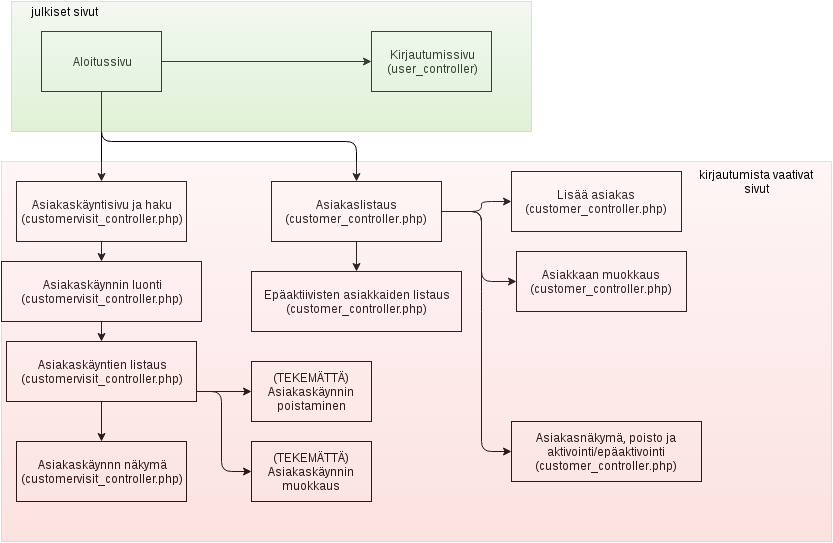
This is doc/doc_markdown/pictures/komponentit.png from anttihaap/Tsoha-Bootstrap, a draw.io export, as it was before one commit. Source tidied: cells renumbered, new cells last; positions are measured from the earlier drawing's top-left corner, leaving out a move shared by most shapes. Its diagram source:
```xml
<mxGraphModel background="#ffffff">
  <root>
    <mxCell id="0" />
    <mxCell id="1" parent="0" />
    <mxCell id="2" value="Kirjautumissivu&lt;div&gt;(user_controller)&lt;/div&gt;" style="whiteSpace=wrap;html=1;" parent="1" vertex="1">
      <mxGeometry x="370" y="30" width="120" height="60" as="geometry" />
    </mxCell>
    <mxCell id="3" value="Aloitussivu" style="whiteSpace=wrap;html=1;" parent="1" vertex="1">
      <mxGeometry x="40" y="30" width="120" height="60" as="geometry" />
    </mxCell>
    <mxCell id="4" style="endArrow=classic;html=1;entryX=0;entryY=0.5;exitX=1;exitY=0.5;" parent="1" edge="1" source="3" target="2">
      <mxGeometry relative="1" as="geometry" />
    </mxCell>
    <mxCell id="5" value="Asiakaslistaus&lt;div&gt;(customer_controller.php)&lt;/div&gt;" style="whiteSpace=wrap;html=1;" parent="1" vertex="1">
      <mxGeometry x="270" y="180" width="170" height="60" as="geometry" />
    </mxCell>
    <mxCell id="6" value="Lisää asiakas&lt;div&gt;(customer_controller.php)&lt;/div&gt;" style="whiteSpace=wrap;html=1;" parent="1" vertex="1">
      <mxGeometry x="510" y="170" width="170" height="60" as="geometry" />
    </mxCell>
    <mxCell id="7" style="endArrow=classic;html=1;entryX=0;entryY=0.5;exitX=1;exitY=0.5;" parent="1" edge="1" source="5" target="6">
      <mxGeometry relative="1" as="geometry">
        <Array as="points">
          <mxPoint x="480" y="210" />
          <mxPoint x="480" y="200" />
        </Array>
      </mxGeometry>
    </mxCell>
    <mxCell id="8" value="Epäaktiivisten asiakkaiden listaus&lt;div&gt;(customer_controller.php)&lt;/div&gt;" style="whiteSpace=wrap;html=1;" parent="1" vertex="1">
      <mxGeometry x="250" y="270" width="210" height="60" as="geometry" />
    </mxCell>
    <mxCell id="9" style="endArrow=classic;html=1;exitX=0.5;exitY=1;entryX=0.5;entryY=0;" parent="1" edge="1" source="5" target="8">
      <mxGeometry relative="1" as="geometry" />
    </mxCell>
    <mxCell id="10" value="Asiakaskäyntisivu ja haku&lt;div&gt;(customervisit_controller.php)&lt;/div&gt;" style="whiteSpace=wrap;html=1;" parent="1" vertex="1">
      <mxGeometry x="15" y="180" width="170" height="60" as="geometry" />
    </mxCell>
    <mxCell id="11" style="endArrow=classic;html=1;exitX=0.5;exitY=1;entryX=0.5;entryY=0;" parent="1" edge="1" source="3" target="10">
      <mxGeometry relative="1" as="geometry" />
    </mxCell>
    <mxCell id="12" value="Asiakaskäynnin luonti&lt;div&gt;(customervisit_controller.php)&lt;/div&gt;" style="whiteSpace=wrap;html=1;" parent="1" vertex="1">
      <mxGeometry y="260" width="200" height="60" as="geometry" />
    </mxCell>
    <mxCell id="13" value="Asiakasnäkymä, poisto ja aktivointi/epäaktivointi&lt;div&gt;(customer_controller.php)&lt;/div&gt;" style="whiteSpace=wrap;html=1;" parent="1" vertex="1">
      <mxGeometry x="510" y="420" width="190" height="60" as="geometry" />
    </mxCell>
    <mxCell id="14" value="Asiakkaan muokkaus&lt;div&gt;(customer_controller.php)&lt;/div&gt;" style="whiteSpace=wrap;html=1;" parent="1" vertex="1">
      <mxGeometry x="515" y="250" width="170" height="60" as="geometry" />
    </mxCell>
    <mxCell id="15" style="endArrow=classic;html=1;entryX=0;entryY=0.5;exitX=1;exitY=0.5;" parent="1" edge="1" source="5" target="13">
      <mxGeometry relative="1" as="geometry">
        <Array as="points">
          <mxPoint x="480" y="210" />
          <mxPoint x="480" y="300" />
          <mxPoint x="480" y="450" />
        </Array>
      </mxGeometry>
    </mxCell>
    <mxCell id="16" style="endArrow=classic;html=1;entryX=0;entryY=0.5;" parent="1" edge="1" target="14">
      <mxGeometry relative="1" as="geometry">
        <mxPoint x="440" y="210" as="sourcePoint" />
        <Array as="points">
          <mxPoint x="480" y="210" />
          <mxPoint x="480" y="280" />
        </Array>
      </mxGeometry>
    </mxCell>
    <mxCell id="17" value="Asiakaskäyntien listaus&lt;div&gt;(customervisit_controller.php)&lt;/div&gt;" style="whiteSpace=wrap;html=1;" parent="1" vertex="1">
      <mxGeometry x="5" y="340" width="190" height="60" as="geometry" />
    </mxCell>
    <mxCell id="18" style="endArrow=classic;html=1;exitX=0.5;exitY=1;" parent="1" edge="1" source="12">
      <mxGeometry relative="1" as="geometry">
        <mxPoint x="100" y="340" as="targetPoint" />
      </mxGeometry>
    </mxCell>
    <mxCell id="19" value="Asiakaskäynnn näkymä&lt;div&gt;(customervisit_controller.php)&lt;/div&gt;" style="whiteSpace=wrap;html=1;" parent="1" vertex="1">
      <mxGeometry x="15" y="440" width="170" height="60" as="geometry" />
    </mxCell>
    <mxCell id="20" style="endArrow=classic;html=1;entryX=0.5;entryY=0;exitX=0.5;exitY=1;" parent="1" edge="1" source="17" target="19">
      <mxGeometry relative="1" as="geometry" />
    </mxCell>
    <mxCell id="21" value="(TEKEMÄTTÄ)&lt;div&gt;Asiakaskäynnin muokkaus&lt;/div&gt;" style="whiteSpace=wrap;html=1;" parent="1" vertex="1">
      <mxGeometry x="250" y="440" width="120" height="60" as="geometry" />
    </mxCell>
    <mxCell id="22" value="(TEKEMÄTTÄ)&lt;div&gt;Asiakaskäynnin poistaminen&lt;/div&gt;" style="whiteSpace=wrap;html=1;" parent="1" vertex="1">
      <mxGeometry x="250" y="360" width="120" height="60" as="geometry" />
    </mxCell>
    <mxCell id="23" style="endArrow=classic;html=1;entryX=0;entryY=0.5;exitX=1;exitY=0.5;" parent="1" edge="1" target="22">
      <mxGeometry relative="1" as="geometry">
        <mxPoint x="195" y="390" as="sourcePoint" />
      </mxGeometry>
    </mxCell>
    <mxCell id="24" style="endArrow=classic;html=1;entryX=0;entryY=0.5;exitX=1;exitY=0.5;" parent="1" edge="1" target="21">
      <mxGeometry relative="1" as="geometry">
        <mxPoint x="195" y="390" as="sourcePoint" />
        <Array as="points">
          <mxPoint x="220" y="390" />
          <mxPoint x="220" y="470" />
        </Array>
      </mxGeometry>
    </mxCell>
    <mxCell id="25" style="endArrow=classic;html=1;exitX=0.5;exitY=1;" parent="1" edge="1" source="10">
      <mxGeometry relative="1" as="geometry">
        <mxPoint x="100" y="260" as="targetPoint" />
      </mxGeometry>
    </mxCell>
    <mxCell id="26" style="endArrow=classic;html=1;exitX=0.5;exitY=1;entryX=0.5;entryY=0;" parent="1" edge="1" source="3" target="5">
      <mxGeometry relative="1" as="geometry">
        <Array as="points">
          <mxPoint x="100" y="140" />
          <mxPoint x="355" y="140" />
        </Array>
      </mxGeometry>
    </mxCell>
    <mxCell id="27" value="&lt;blockquote style=&quot;margin: 0 0 0 40px ; border: none ; padding: 0px&quot;&gt;&lt;div style=&quot;text-align: left&quot;&gt;&lt;div style=&quot;text-align: left&quot;&gt;&lt;br&gt;&lt;/div&gt;&lt;/div&gt;&lt;/blockquote&gt;" style="whiteSpace=wrap;html=1;opacity=30;plain-green;" parent="1" vertex="1">
      <mxGeometry x="10" width="520" height="130" as="geometry" />
    </mxCell>
    <mxCell id="28" style="whiteSpace=wrap;html=1;opacity=20;plain-red;" parent="1" vertex="1">
      <mxGeometry y="160" width="830" height="380" as="geometry" />
    </mxCell>
    <mxCell id="29" value="julkiset sivut" style="text;html=1;strokeColor=none;fillColor=none;align=center;verticalAlign=middle;whiteSpace=wrap;" parent="1" vertex="1">
      <mxGeometry x="15" width="95" height="20" as="geometry" />
    </mxCell>
    <mxCell id="30" value="kirjautumista vaativat sivut" style="text;html=1;strokeColor=none;fillColor=none;align=center;verticalAlign=middle;whiteSpace=wrap;" parent="1" vertex="1">
      <mxGeometry x="690" y="170" width="130" height="20" as="geometry" />
    </mxCell>
  </root>
</mxGraphModel>
```
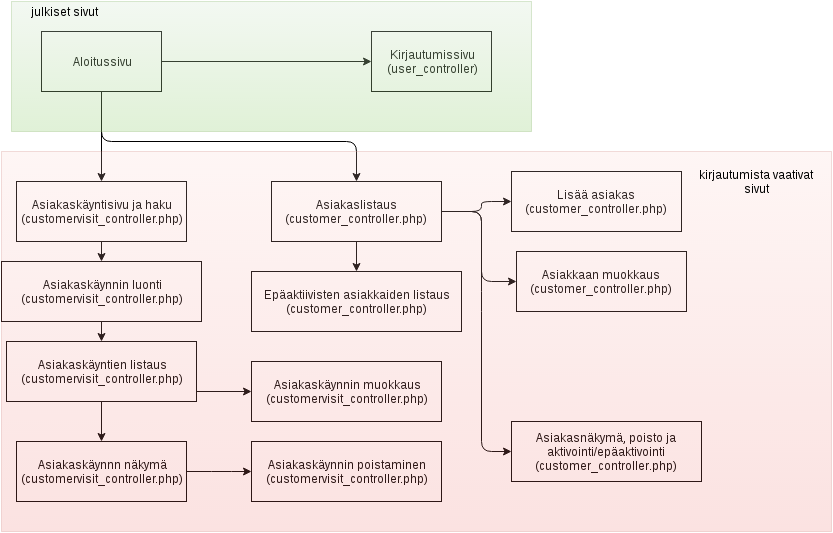
After the commit.

The edit, as a diff of the source:
```diff
@@ -78,22 +78,20 @@
     <mxCell id="20" style="endArrow=classic;html=1;entryX=0.5;entryY=0;exitX=0.5;exitY=1;" parent="1" edge="1" source="17" target="19">
       <mxGeometry relative="1" as="geometry" />
     </mxCell>
-    <mxCell id="21" value="(TEKEMÄTTÄ)&lt;div&gt;Asiakaskäynnin muokkaus&lt;/div&gt;" style="whiteSpace=wrap;html=1;" parent="1" vertex="1">
-      <mxGeometry x="250" y="440" width="120" height="60" as="geometry" />
+    <mxCell id="21" value="&lt;div&gt;Asiakaskäynnin poistaminen&lt;/div&gt;&lt;div&gt;(customervisit_controller.php)&lt;/div&gt;" style="whiteSpace=wrap;html=1;" parent="1" vertex="1">
+      <mxGeometry x="250" y="440" width="190" height="60" as="geometry" />
     </mxCell>
-    <mxCell id="22" value="(TEKEMÄTTÄ)&lt;div&gt;Asiakaskäynnin poistaminen&lt;/div&gt;" style="whiteSpace=wrap;html=1;" parent="1" vertex="1">
-      <mxGeometry x="250" y="360" width="120" height="60" as="geometry" />
+    <mxCell id="22" value="&lt;div&gt;Asiakaskäynnin muokkaus&lt;/div&gt;&lt;div&gt;(customervisit_controller.php)&lt;/div&gt;" style="whiteSpace=wrap;html=1;" parent="1" vertex="1">
+      <mxGeometry x="250" y="360" width="190" height="60" as="geometry" />
     </mxCell>
     <mxCell id="23" style="endArrow=classic;html=1;entryX=0;entryY=0.5;exitX=1;exitY=0.5;" parent="1" edge="1" target="22">
       <mxGeometry relative="1" as="geometry">
         <mxPoint x="195" y="390" as="sourcePoint" />
       </mxGeometry>
     </mxCell>
-    <mxCell id="24" style="endArrow=classic;html=1;entryX=0;entryY=0.5;exitX=1;exitY=0.5;" parent="1" edge="1" target="21">
+    <mxCell id="24" style="endArrow=classic;html=1;entryX=0;entryY=0.5;exitX=1;exitY=0.5;" parent="1" edge="1" source="19" target="21">
       <mxGeometry relative="1" as="geometry">
-        <mxPoint x="195" y="390" as="sourcePoint" />
         <Array as="points">
-          <mxPoint x="220" y="390" />
           <mxPoint x="220" y="470" />
         </Array>
       </mxGeometry>
@@ -115,7 +113,7 @@
       <mxGeometry x="10" width="520" height="130" as="geometry" />
     </mxCell>
     <mxCell id="28" style="whiteSpace=wrap;html=1;opacity=20;plain-red;" parent="1" vertex="1">
-      <mxGeometry y="160" width="830" height="380" as="geometry" />
+      <mxGeometry y="150" width="830" height="380" as="geometry" />
     </mxCell>
     <mxCell id="29" value="julkiset sivut" style="text;html=1;strokeColor=none;fillColor=none;align=center;verticalAlign=middle;whiteSpace=wrap;" parent="1" vertex="1">
       <mxGeometry x="15" width="95" height="20" as="geometry" />
```
